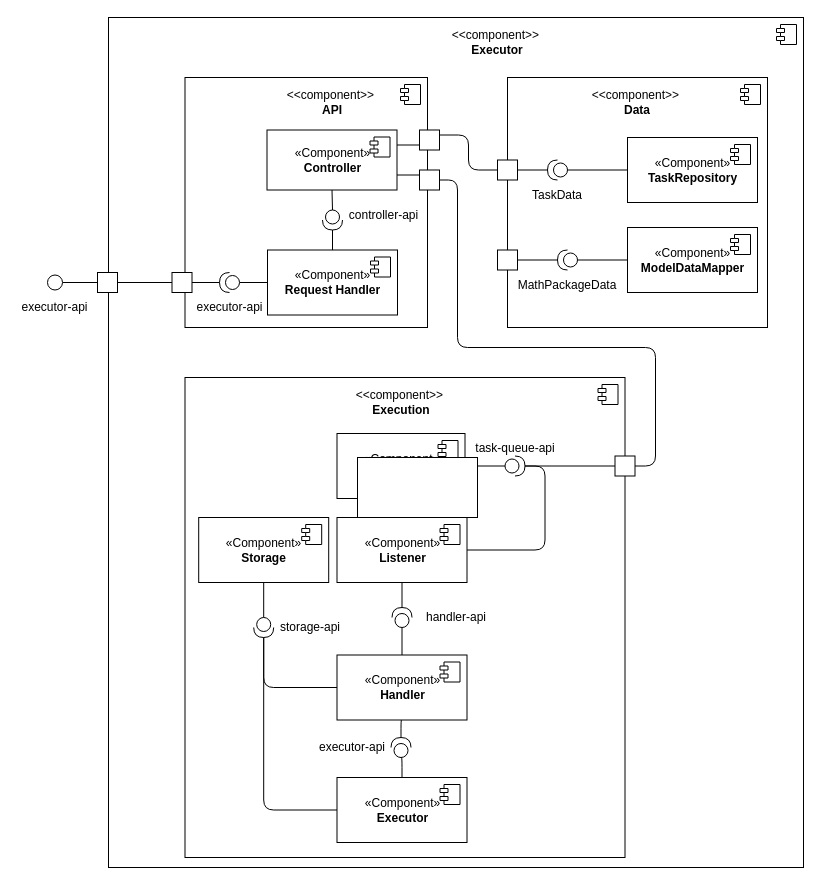
Above: master/sources/diploma/architecture/diagrams/executor/component.drawio in stalker-fc/diploma (draw.io), before the change. Source tidied: cells renumbered, new cells numbered last; positions are measured from the earlier drawing's top-left corner, leaving out a move shared by most shapes. Both pictures are drawn from the tidied source at 100%, with x=0, y=0 at pixel (17, 17).
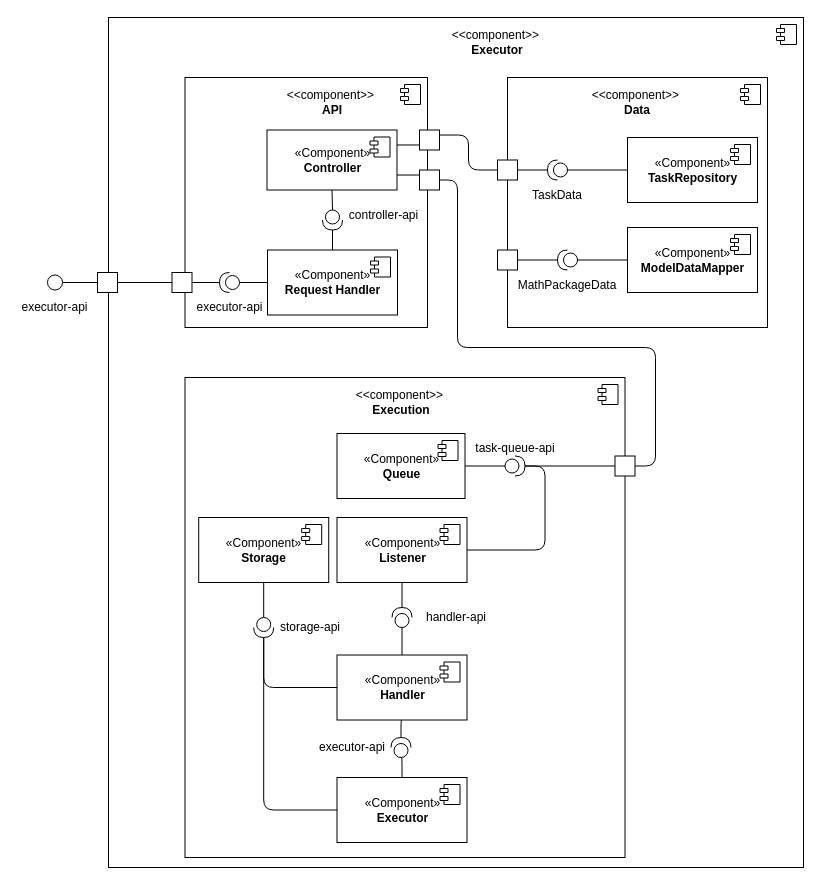
The same diagram, later.

What changed in the source:
```diff
@@
-    <mxCell id="81" style="whiteSpace=wrap;html=1;" parent="1" vertex="1">
-      <mxGeometry x="340" y="440" width="120" height="60" as="geometry" />
-    </mxCell>
```
